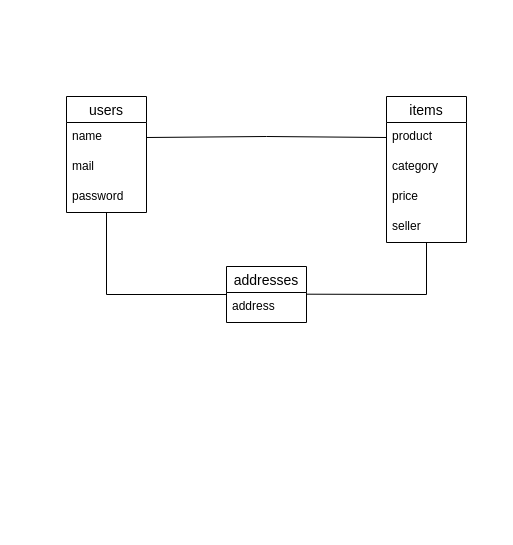
shoun123/furima-34519 keeps this draw.io diagram as test.dio. Above is the earlier version. Source tidied: cells renumbered, new cells numbered last; positions are measured from the earlier drawing's top-left corner, leaving out a move shared by most shapes. Both pictures are drawn from the tidied source at 100%, with x=0, y=0 at pixel (66, 96).
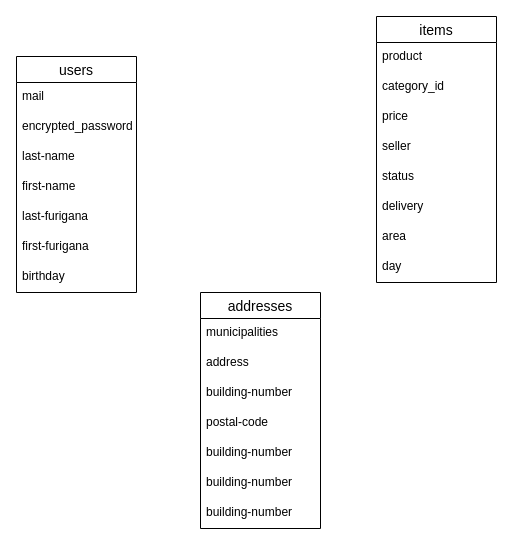
The same page after the edit.

Commit message (it also covers changes not shown here):
データベース設計

Diff of the diagram source:
```diff
@@
     <mxCell id="2" value="items" style="swimlane;fontStyle=0;horizontal=1;startSize=26;align=center;fontSize=14;" parent="1" vertex="1">
-      <mxGeometry x="320" width="80" height="146" as="geometry" />
+      <mxGeometry x="310" y="-80" width="120" height="266" as="geometry" />
     </mxCell>
     <mxCell id="3" value="product" style="text;strokeColor=none;fillColor=none;spacingLeft=4;spacingRight=4;overflow=hidden;points=[[0,0.5],[1,0.5]];portConstraint=eastwest;fontSize=12;" parent="2" vertex="1">
-      <mxGeometry y="26" width="80" height="30" as="geometry" />
+      <mxGeometry y="26" width="120" height="30" as="geometry" />
     </mxCell>
-    <mxCell id="4" value="category" style="text;strokeColor=none;fillColor=none;spacingLeft=4;spacingRight=4;overflow=hidden;fontSize=12;" parent="2" vertex="1">
-      <mxGeometry y="56" width="80" height="30" as="geometry" />
+    <mxCell id="4" value="category_id" style="text;strokeColor=none;fillColor=none;spacingLeft=4;spacingRight=4;overflow=hidden;fontSize=12;" parent="2" vertex="1">
+      <mxGeometry y="56" width="120" height="30" as="geometry" />
     </mxCell>
     <mxCell id="5" value="price" style="text;strokeColor=none;fillColor=none;spacingLeft=4;spacingRight=4;overflow=hidden;fontSize=12;" parent="2" vertex="1">
-      <mxGeometry y="86" width="80" height="30" as="geometry" />
+      <mxGeometry y="86" width="120" height="30" as="geometry" />
     </mxCell>
     <mxCell id="6" value="seller" style="text;strokeColor=none;fillColor=none;spacingLeft=4;spacingRight=4;overflow=hidden;points=[[0,0.5],[1,0.5]];portConstraint=eastwest;fontSize=12;" parent="2" vertex="1">
-      <mxGeometry y="116" width="80" height="30" as="geometry" />
+      <mxGeometry y="116" width="120" height="30" as="geometry" />
     </mxCell>
+    <mxCell id="16" value="status" style="text;strokeColor=none;fillColor=none;spacingLeft=4;spacingRight=4;overflow=hidden;fontSize=12;" parent="2" vertex="1">
+      <mxGeometry y="146" width="120" height="30" as="geometry" />
+    </mxCell>
+    <mxCell id="17" value="delivery" style="text;strokeColor=none;fillColor=none;spacingLeft=4;spacingRight=4;overflow=hidden;fontSize=12;" parent="2" vertex="1">
+      <mxGeometry y="176" width="120" height="30" as="geometry" />
+    </mxCell>
+    <mxCell id="18" value="area" style="text;strokeColor=none;fillColor=none;spacingLeft=4;spacingRight=4;overflow=hidden;fontSize=12;" parent="2" vertex="1">
+      <mxGeometry y="206" width="120" height="30" as="geometry" />
+    </mxCell>
+    <mxCell id="19" value="day" style="text;strokeColor=none;fillColor=none;spacingLeft=4;spacingRight=4;overflow=hidden;fontSize=12;" parent="2" vertex="1">
+      <mxGeometry y="236" width="120" height="30" as="geometry" />
+    </mxCell>
     <mxCell id="7" value="users" style="swimlane;fontStyle=0;horizontal=1;startSize=26;align=center;fontSize=14;" parent="1" vertex="1">
-      <mxGeometry width="80" height="116" as="geometry" />
+      <mxGeometry x="-50" y="-40" width="120" height="236" as="geometry" />
     </mxCell>
-    <mxCell id="8" value="name" style="text;strokeColor=none;fillColor=none;spacingLeft=4;spacingRight=4;overflow=hidden;points=[[0,0.5],[1,0.5]];portConstraint=eastwest;fontSize=12;" parent="7" vertex="1">
-      <mxGeometry y="26" width="80" height="30" as="geometry" />
-    </mxCell>
     <mxCell id="9" value="mail" style="text;strokeColor=none;fillColor=none;spacingLeft=4;spacingRight=4;overflow=hidden;fontSize=12;" parent="7" vertex="1">
-      <mxGeometry y="56" width="80" height="30" as="geometry" />
+      <mxGeometry y="26" width="120" height="30" as="geometry" />
     </mxCell>
-    <mxCell id="10" value="password" style="text;strokeColor=none;fillColor=none;spacingLeft=4;spacingRight=4;overflow=hidden;points=[[0,0.5],[1,0.5]];portConstraint=eastwest;fontSize=12;" parent="7" vertex="1">
-      <mxGeometry y="86" width="80" height="30" as="geometry" />
+    <mxCell id="10" value="encrypted_password" style="text;strokeColor=none;fillColor=none;spacingLeft=4;spacingRight=4;overflow=hidden;points=[[0,0.5],[1,0.5]];portConstraint=eastwest;fontSize=12;" parent="7" vertex="1">
+      <mxGeometry y="56" width="120" height="30" as="geometry" />
     </mxCell>
+    <mxCell id="8" value="last-name" style="text;strokeColor=none;fillColor=none;spacingLeft=4;spacingRight=4;overflow=hidden;points=[[0,0.5],[1,0.5]];portConstraint=eastwest;fontSize=12;" parent="7" vertex="1">
+      <mxGeometry y="86" width="120" height="30" as="geometry" />
+    </mxCell>
+    <mxCell id="20" value="first-name" style="text;strokeColor=none;fillColor=none;spacingLeft=4;spacingRight=4;overflow=hidden;fontSize=12;" parent="7" vertex="1">
+      <mxGeometry y="116" width="120" height="30" as="geometry" />
+    </mxCell>
+    <mxCell id="21" value="last-furigana" style="text;strokeColor=none;fillColor=none;spacingLeft=4;spacingRight=4;overflow=hidden;fontSize=12;" parent="7" vertex="1">
+      <mxGeometry y="146" width="120" height="30" as="geometry" />
+    </mxCell>
+    <mxCell id="22" value="first-furigana" style="text;strokeColor=none;fillColor=none;spacingLeft=4;spacingRight=4;overflow=hidden;fontSize=12;" parent="7" vertex="1">
+      <mxGeometry y="176" width="120" height="30" as="geometry" />
+    </mxCell>
+    <mxCell id="23" value="birthday" style="text;strokeColor=none;fillColor=none;spacingLeft=4;spacingRight=4;overflow=hidden;fontSize=12;" parent="7" vertex="1">
+      <mxGeometry y="206" width="120" height="30" as="geometry" />
+    </mxCell>
     <mxCell id="11" value="addresses" style="swimlane;fontStyle=0;horizontal=1;startSize=26;align=center;fontSize=14;" parent="1" vertex="1">
-      <mxGeometry x="160" y="170" width="80" height="56" as="geometry" />
+      <mxGeometry x="134" y="196" width="120" height="236" as="geometry" />
     </mxCell>
-    <mxCell id="12" value="address" style="text;strokeColor=none;fillColor=none;spacingLeft=4;spacingRight=4;overflow=hidden;fontSize=12;" parent="11" vertex="1">
-      <mxGeometry y="26" width="80" height="30" as="geometry" />
+    <mxCell id="12" value="municipalities" style="text;strokeColor=none;fillColor=none;spacingLeft=4;spacingRight=4;overflow=hidden;fontSize=12;" parent="11" vertex="1">
+      <mxGeometry y="26" width="120" height="30" as="geometry" />
     </mxCell>
-    <mxCell id="13" style="endArrow=none;html=1;rounded=0;exitX=1;exitY=0.5;exitDx=0;exitDy=0;entryX=0;entryY=0.5;entryDx=0;entryDy=0;" parent="1" edge="1" source="8" target="3">
-      <mxGeometry relative="1" as="geometry">
-        <Array as="points">
-          <mxPoint x="200" y="40" />
-        </Array>
-      </mxGeometry>
-    </mxCell>
-    <mxCell id="14" style="endArrow=none;html=1;rounded=0;" parent="1" edge="1" source="10">
-      <mxGeometry relative="1" as="geometry">
-        <mxPoint x="160" y="198" as="targetPoint" />
-        <Array as="points">
-          <mxPoint x="40" y="198" />
-        </Array>
-      </mxGeometry>
-    </mxCell>
-    <mxCell id="15" style="endArrow=none;html=1;rounded=0;" parent="1" edge="1" target="6">
-      <mxGeometry relative="1" as="geometry">
-        <mxPoint x="240" y="197.7" as="sourcePoint" />
-        <Array as="points">
-          <mxPoint x="360" y="198" />
-        </Array>
-      </mxGeometry>
-    </mxCell>
+    <mxCell id="24" value="address" style="text;strokeColor=none;fillColor=none;spacingLeft=4;spacingRight=4;overflow=hidden;fontSize=12;" parent="11" vertex="1">
+      <mxGeometry y="56" width="120" height="30" as="geometry" />
+    </mxCell>
+    <mxCell id="25" value="building-number" style="text;strokeColor=none;fillColor=none;spacingLeft=4;spacingRight=4;overflow=hidden;fontSize=12;" parent="11" vertex="1">
+      <mxGeometry y="86" width="120" height="30" as="geometry" />
+    </mxCell>
+    <mxCell id="26" value="postal-code" style="text;strokeColor=none;fillColor=none;spacingLeft=4;spacingRight=4;overflow=hidden;fontSize=12;" parent="11" vertex="1">
+      <mxGeometry y="116" width="120" height="30" as="geometry" />
+    </mxCell>
+    <mxCell id="27" value="building-number" style="text;strokeColor=none;fillColor=none;spacingLeft=4;spacingRight=4;overflow=hidden;fontSize=12;" parent="11" vertex="1">
+      <mxGeometry y="146" width="120" height="30" as="geometry" />
+    </mxCell>
+    <mxCell id="28" value="building-number" style="text;strokeColor=none;fillColor=none;spacingLeft=4;spacingRight=4;overflow=hidden;fontSize=12;" parent="11" vertex="1">
+      <mxGeometry y="176" width="120" height="30" as="geometry" />
+    </mxCell>
+    <mxCell id="29" value="building-number" style="text;strokeColor=none;fillColor=none;spacingLeft=4;spacingRight=4;overflow=hidden;fontSize=12;" parent="11" vertex="1">
+      <mxGeometry y="206" width="120" height="30" as="geometry" />
+    </mxCell>
```
